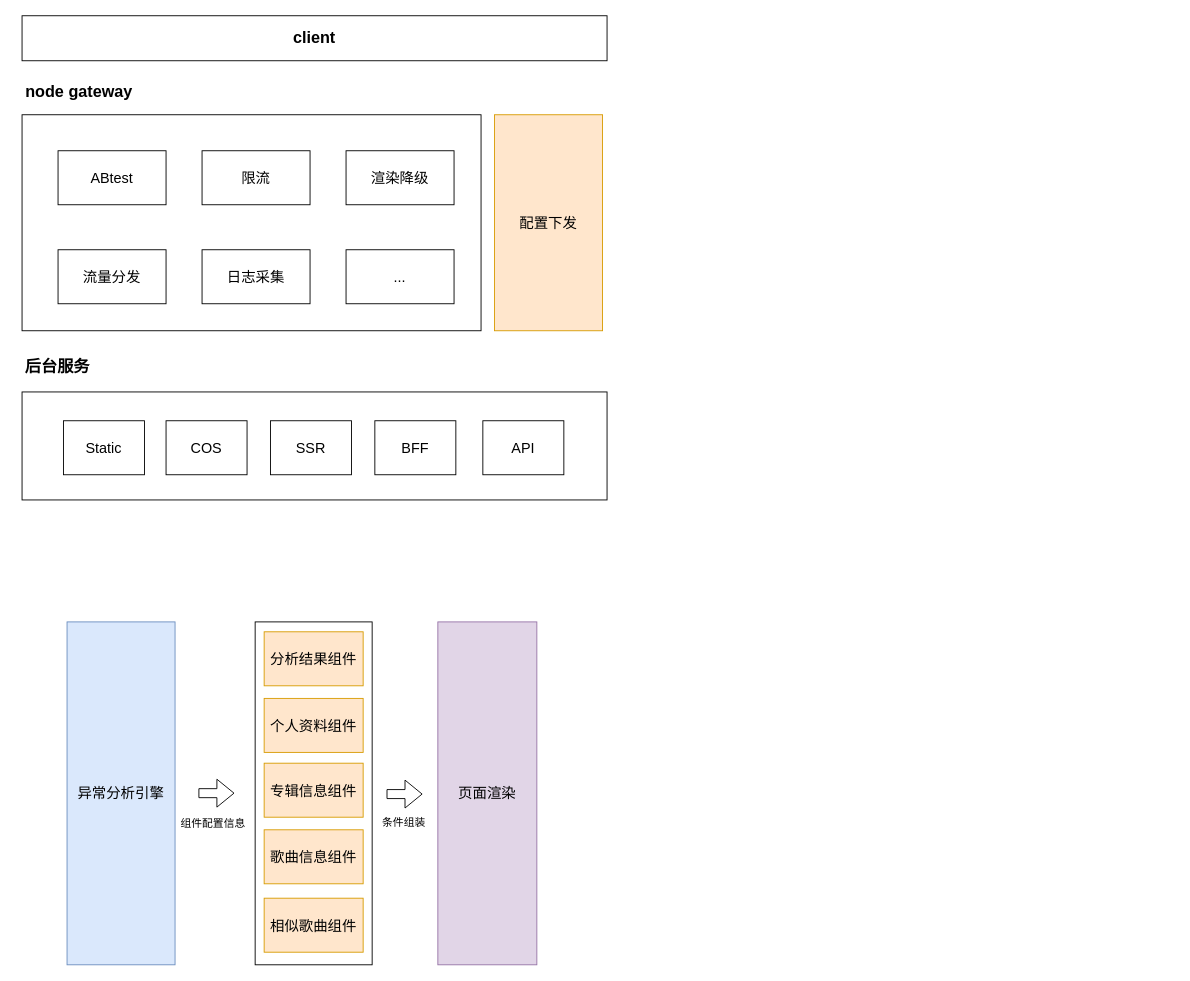
This is page "MNG" (15 of 15) of static/ppt.drawio from maoliang2271/bigpipe-demo, a draw.io file, before an edit. Source tidied: cells renumbered, new cells numbered last; positions are measured from the earlier drawing's top-left corner, leaving out a move shared by most shapes. Both pictures are drawn from the tidied source at 90%, with x=0, y=0 at pixel (15, 15).
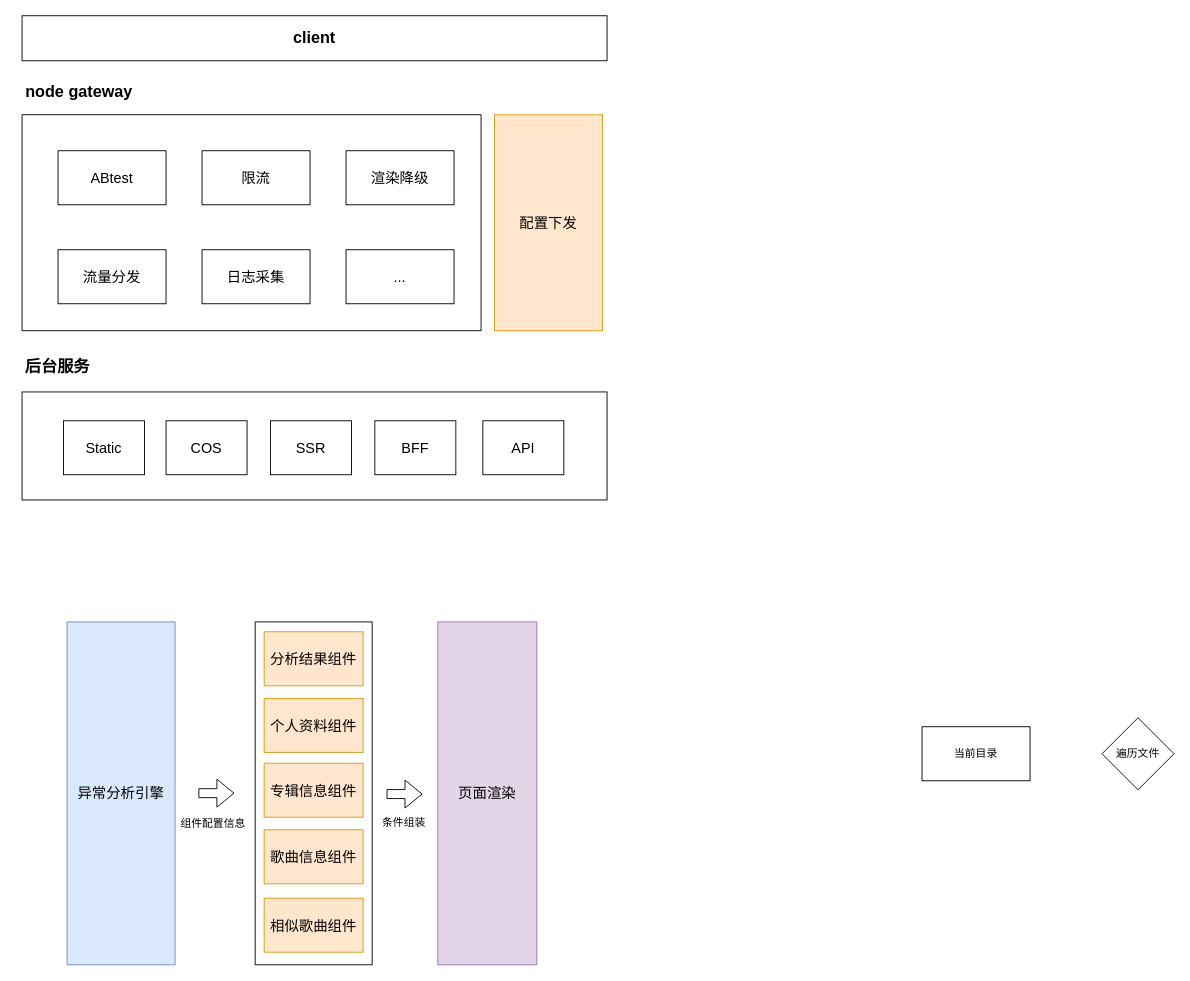
The same page after the edit.

Diff of the diagram source:
```diff
@@
+    <mxCell id="31" value="当前目录" style="rounded=0;whiteSpace=wrap;html=1;" parent="1" vertex="1">
+      <mxGeometry x="1007" y="790" width="120" height="60" as="geometry" />
+    </mxCell>
+    <mxCell id="32" value="遍历文件" style="rhombus;whiteSpace=wrap;html=1;" parent="1" vertex="1">
+      <mxGeometry x="1207" y="780" width="80" height="80" as="geometry" />
+    </mxCell>
```
